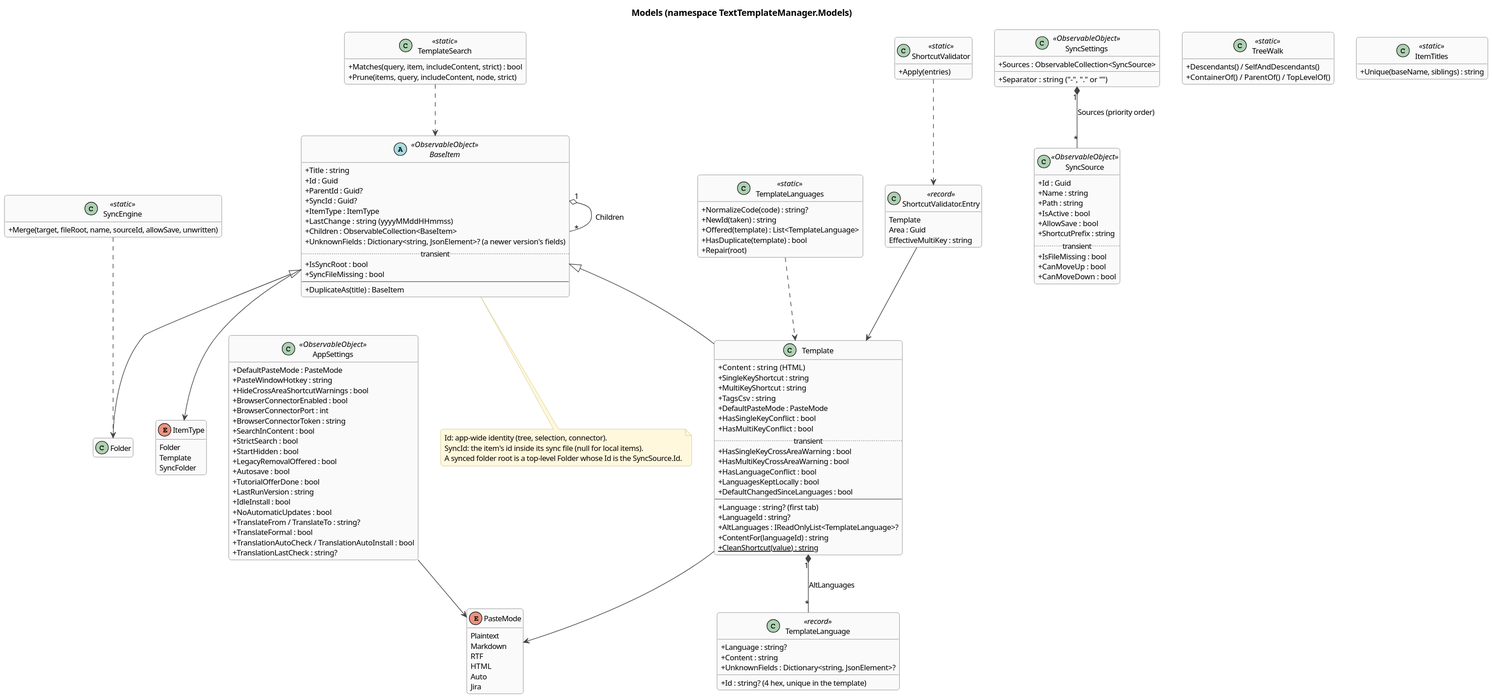
Before: docs/architecture/diagrams/class-model.svg, a diagram exported from PlantUML (halatsWol/TextTemplateManager-v2).
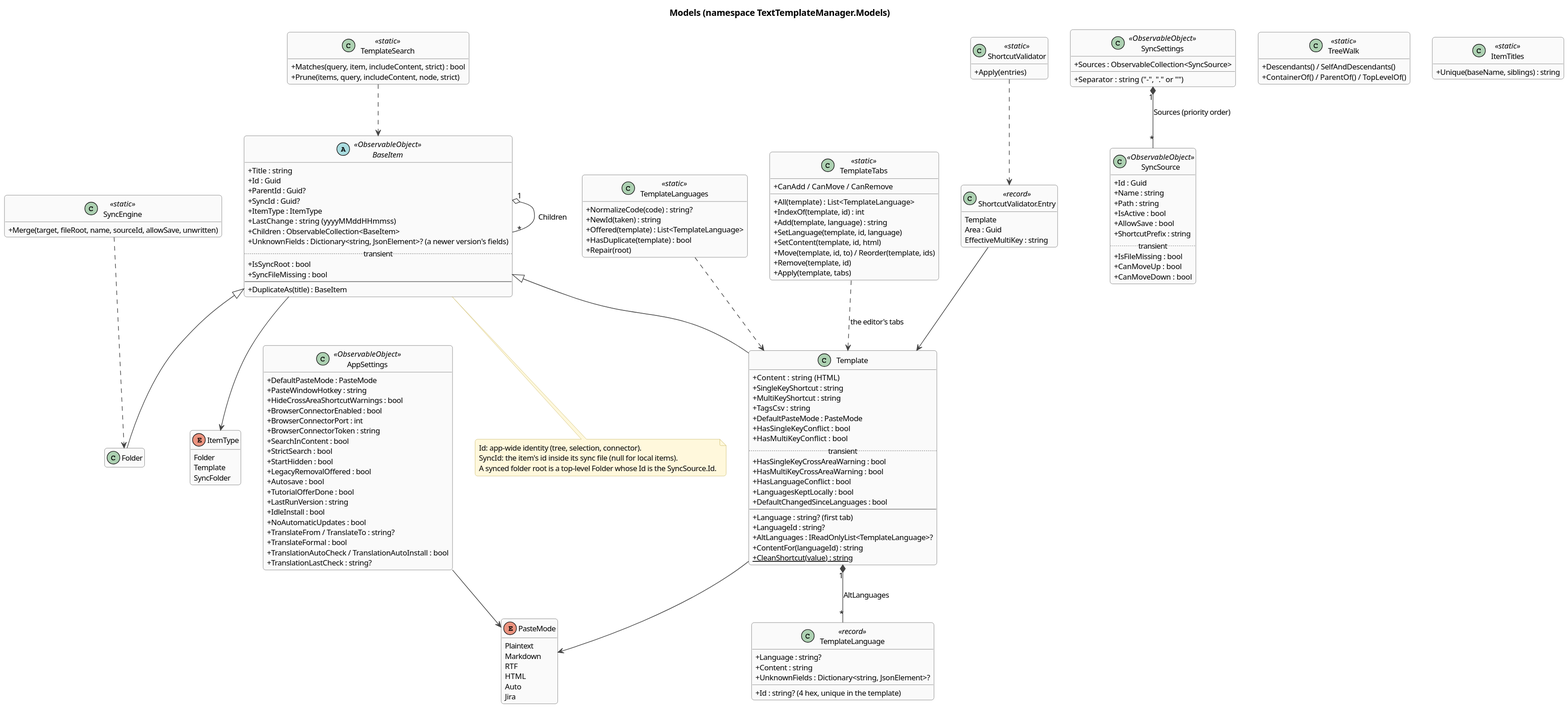
The same diagram one commit later.

What changed in the source:
```diff
@@ -52,7 +52,19 @@
   +HasDuplicate(template) : bool
   +Repair(root)
 }
+class TemplateTabs <<static>> {
+  +All(template) : List<TemplateLanguage>
+  +IndexOf(template, id) : int
+  +Add(template, language) : string
+  +SetLanguage(template, id, language)
+  +SetContent(template, id, html)
+  +Move(template, id, to) / Reorder(template, ids)
+  +Remove(template, id)
+  +CanAdd / CanMove / CanRemove
+  +Apply(template, tabs)
+}
 Template "1" *-- "*" TemplateLanguage : AltLanguages
+TemplateTabs ..> Template : the editor's tabs
 TemplateLanguages ..> Template
 BaseItem <|-- Folder
 BaseItem <|-- Template
```
